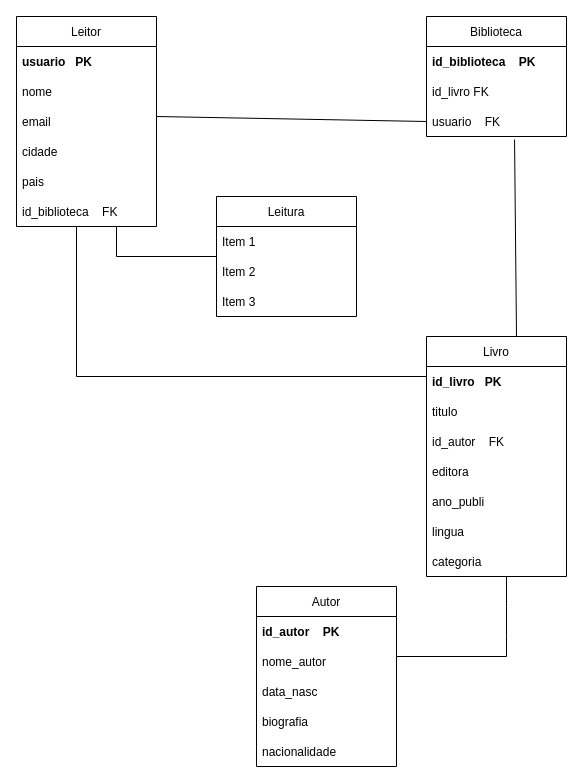
Above: public/Untitled Diagram.drawio in AndriFrana/sis-bd2 (draw.io), before the change. Source tidied: cells renumbered, new cells numbered last; positions are measured from the earlier drawing's top-left corner, leaving out a move shared by most shapes. Both pictures are drawn from the tidied source at 100%, with x=0, y=0 at pixel (16, 16).
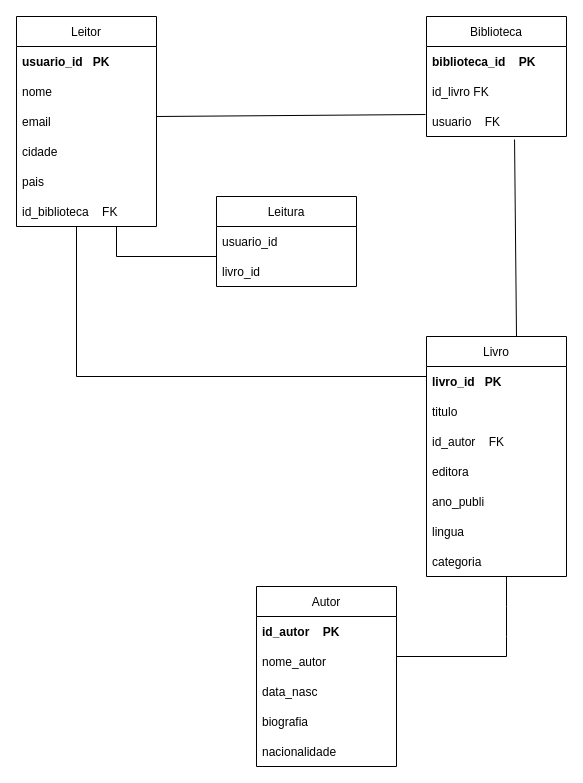
Above is the later version.

Unchanged cells that the change refers to:
```xml
<mxCell id="2" value="Leitor" style="swimlane;fontStyle=0;horizontal=1;startSize=30;" parent="1" vertex="1">
  <mxGeometry width="140" height="210" as="geometry" />
</mxCell>
<mxCell id="9" value="Biblioteca" style="swimlane;fontStyle=0;horizontal=1;startSize=30;" parent="1" vertex="1">
  <mxGeometry x="410" width="140" height="120" as="geometry" />
</mxCell>
<mxCell id="12" value="usuario    FK" style="text;strokeColor=none;fillColor=none;align=left;verticalAlign=middle;spacingLeft=4;spacingRight=4;overflow=hidden;points=[[0,0.5],[1,0.5]];portConstraint=eastwest;fontStyle=0;" parent="9" vertex="1">
  <mxGeometry y="90" width="140" height="30" as="geometry" />
</mxCell>
<mxCell id="18" value="Livro" style="swimlane;fontStyle=0;horizontal=1;startSize=30;" parent="1" vertex="1">
  <mxGeometry x="410" y="320" width="140" height="240" as="geometry" />
</mxCell>
```

Diff of the diagram source:
```diff
@@
-    <mxCell id="3" value="usuario   PK" style="text;strokeColor=none;fillColor=none;align=left;verticalAlign=middle;spacingLeft=4;spacingRight=4;overflow=hidden;fontStyle=1;" parent="2" vertex="1">
+    <mxCell id="3" value="usuario_id   PK" style="text;strokeColor=none;fillColor=none;align=left;verticalAlign=middle;spacingLeft=4;spacingRight=4;overflow=hidden;fontStyle=1;" parent="2" vertex="1">
       <mxGeometry y="30" width="140" height="30" as="geometry" />
     </mxCell>
@@
-    <mxCell id="10" value="id_biblioteca    PK" style="text;strokeColor=none;fillColor=none;align=left;verticalAlign=middle;spacingLeft=4;spacingRight=4;overflow=hidden;fontStyle=1;" parent="9" vertex="1">
+    <mxCell id="10" value="biblioteca_id    PK" style="text;strokeColor=none;fillColor=none;align=left;verticalAlign=middle;spacingLeft=4;spacingRight=4;overflow=hidden;fontStyle=1;" parent="9" vertex="1">
       <mxGeometry y="30" width="140" height="30" as="geometry" />
     </mxCell>
@@
-    <mxCell id="13" style="endArrow=none;html=1;rounded=0;entryX=0;entryY=0.5;entryDx=0;entryDy=0;" parent="1" edge="1" target="12">
+    <mxCell id="13" style="endArrow=none;html=1;rounded=0;entryX=-0.007;entryY=0.267;entryDx=0;entryDy=0;entryPerimeter=0;" parent="1" edge="1" target="12">
       <mxGeometry relative="1" as="geometry">
         <mxPoint x="140" y="100" as="sourcePoint" />
       </mxGeometry>
     </mxCell>
     <mxCell id="14" value="Leitura" style="swimlane;fontStyle=0;horizontal=1;startSize=30;" parent="1" vertex="1">
-      <mxGeometry x="200" y="180" width="140" height="120" as="geometry" />
+      <mxGeometry x="200" y="180" width="140" height="90" as="geometry" />
     </mxCell>
-    <mxCell id="15" value="Item 1" style="text;strokeColor=none;fillColor=none;align=left;verticalAlign=middle;spacingLeft=4;spacingRight=4;overflow=hidden;" parent="14" vertex="1">
+    <mxCell id="15" value="usuario_id" style="text;strokeColor=none;fillColor=none;align=left;verticalAlign=middle;spacingLeft=4;spacingRight=4;overflow=hidden;" parent="14" vertex="1">
       <mxGeometry y="30" width="140" height="30" as="geometry" />
     </mxCell>
-    <mxCell id="16" value="Item 2" style="text;strokeColor=none;fillColor=none;align=left;verticalAlign=middle;spacingLeft=4;spacingRight=4;overflow=hidden;" parent="14" vertex="1">
+    <mxCell id="16" value="livro_id" style="text;strokeColor=none;fillColor=none;align=left;verticalAlign=middle;spacingLeft=4;spacingRight=4;overflow=hidden;" parent="14" vertex="1">
       <mxGeometry y="60" width="140" height="30" as="geometry" />
     </mxCell>
-    <mxCell id="17" value="Item 3" style="text;strokeColor=none;fillColor=none;align=left;verticalAlign=middle;spacingLeft=4;spacingRight=4;overflow=hidden;" parent="14" vertex="1">
-      <mxGeometry y="90" width="140" height="30" as="geometry" />
-    </mxCell>
@@
-    <mxCell id="19" value="id_livro   PK" style="text;strokeColor=none;fillColor=none;align=left;verticalAlign=middle;spacingLeft=4;spacingRight=4;overflow=hidden;fontStyle=1;" parent="18" vertex="1">
+    <mxCell id="19" value="livro_id   PK" style="text;strokeColor=none;fillColor=none;align=left;verticalAlign=middle;spacingLeft=4;spacingRight=4;overflow=hidden;fontStyle=1;" parent="18" vertex="1">
       <mxGeometry y="30" width="140" height="30" as="geometry" />
     </mxCell>
```
